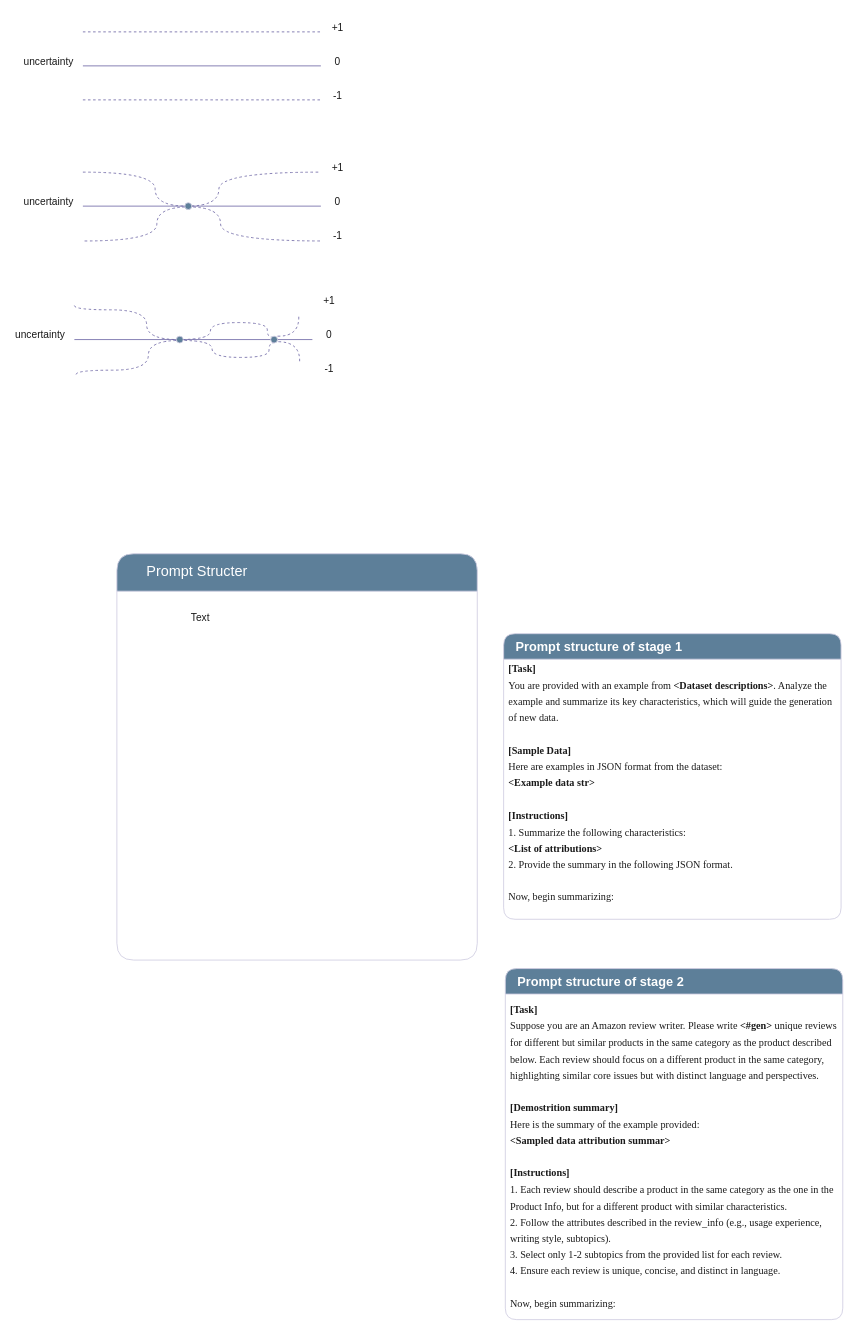
The draw.io diagram data_generate.drawio in nighood/Diagrams, before the edit. Source tidied: cells renumbered, new cells numbered last; positions are measured from the earlier drawing's top-left corner, leaving out a move shared by most shapes. Both pictures are drawn from the tidied source at 85%, with x=0, y=0 at pixel (14, 14).
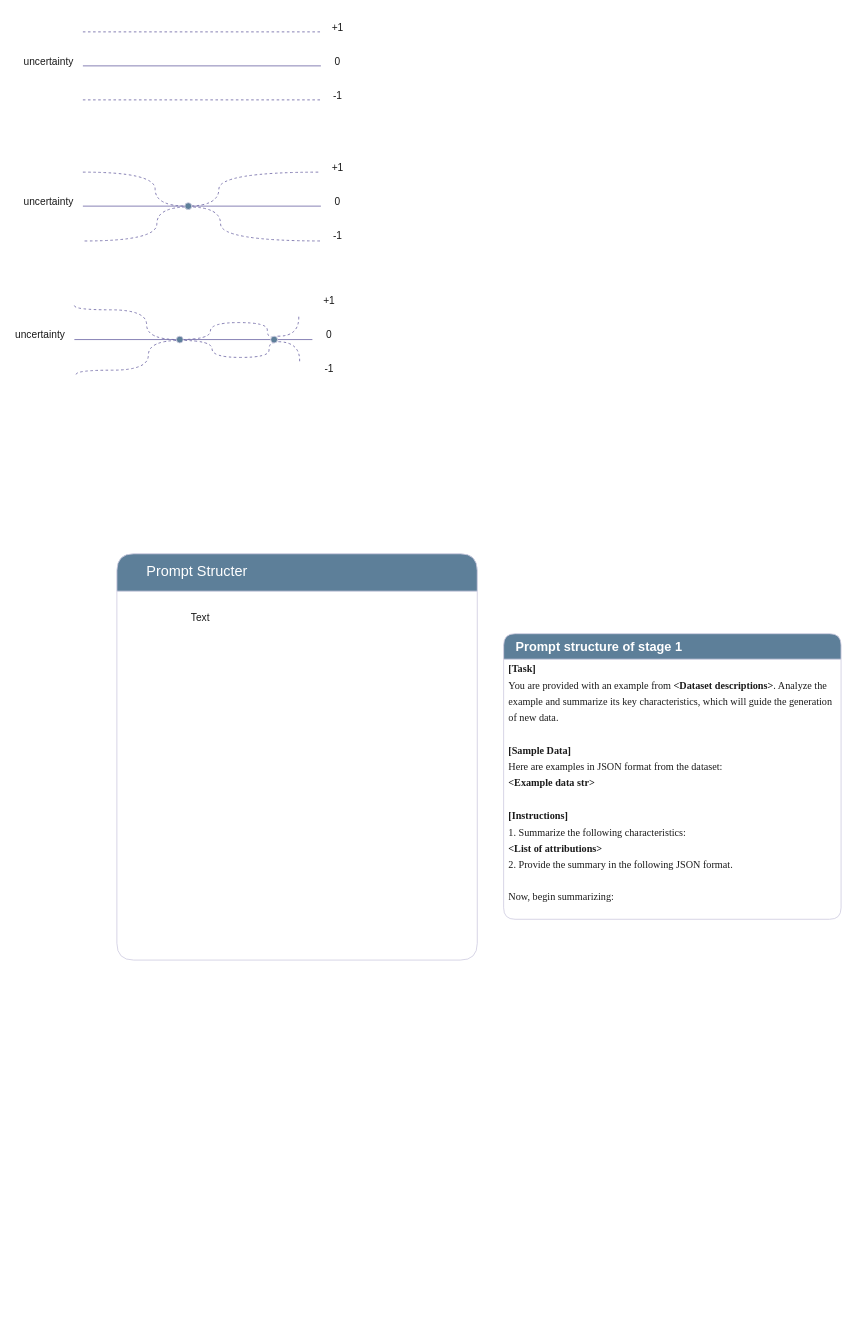
After the change.

Change to the diagram source:
```diff
@@
-    <mxCell id="33" value="&lt;span style=&quot;color: rgb(255, 255, 255);&quot;&gt;&lt;font style=&quot;font-size: 15px;&quot;&gt;&lt;b&gt;&amp;nbsp; &amp;nbsp;Prompt structure of stage 2&lt;/b&gt;&lt;/font&gt;&lt;/span&gt;" style="swimlane;fontStyle=0;horizontal=1;startSize=30;whiteSpace=wrap;html=1;rounded=1;fillColor=#5D7F99;strokeColor=#D0CEE2;labelBackgroundColor=none;fontColor=#1A1A1A;align=left;" parent="1" vertex="1">
-      <mxGeometry x="577" y="1122" width="397" height="413" as="geometry" />
-    </mxCell>
-    <mxCell id="34" value="&lt;b style=&quot;line-height: 160%;&quot;&gt;&lt;font face=&quot;Times New Roman&quot;&gt;[Task]&lt;/font&gt;&lt;/b&gt;&lt;div style=&quot;line-height: 160%;&quot;&gt;&lt;font face=&quot;Times New Roman&quot;&gt;Suppose you are an Amazon review writer. Please write &lt;b&gt;&amp;lt;#gen&amp;gt;&lt;/b&gt; unique reviews for different but similar products in the same category as the product described below. Each review should focus on a different product in the same category, highlighting similar core issues but with distinct language and perspectives.&lt;br&gt;&lt;/font&gt;&lt;/div&gt;&lt;div style=&quot;line-height: 160%;&quot;&gt;&lt;font face=&quot;Times New Roman&quot;&gt;&lt;br&gt;&lt;/font&gt;&lt;/div&gt;&lt;div style=&quot;line-height: 160%;&quot;&gt;&lt;b&gt;&lt;font face=&quot;Times New Roman&quot;&gt;[Demostrition summary&lt;/font&gt;&lt;span style=&quot;font-family: &amp;quot;Times New Roman&amp;quot;; background-color: initial;&quot;&gt;]&lt;/span&gt;&lt;/b&gt;&lt;/div&gt;&lt;div style=&quot;line-height: 160%;&quot;&gt;&lt;span style=&quot;background-color: initial;&quot;&gt;&lt;font face=&quot;Times New Roman&quot;&gt;Here is the summary of the example provided:&lt;/font&gt;&lt;/span&gt;&lt;span style=&quot;background-color: initial;&quot;&gt;&lt;br&gt;&lt;/span&gt;&lt;/div&gt;&lt;div style=&quot;line-height: 160%;&quot;&gt;&lt;span style=&quot;font-family: &amp;quot;Times New Roman&amp;quot;; background-color: initial;&quot;&gt;&lt;b&gt;&amp;lt;&lt;/b&gt;&lt;/span&gt;&lt;b style=&quot;background-color: initial;&quot;&gt;&lt;font face=&quot;Times New Roman&quot;&gt;Sampled data attribution summar&lt;/font&gt;&lt;/b&gt;&lt;b style=&quot;background-color: initial; font-family: &amp;quot;Times New Roman&amp;quot;;&quot;&gt;&amp;gt;&lt;/b&gt;&lt;/div&gt;&lt;div style=&quot;line-height: 160%;&quot;&gt;&lt;span style=&quot;font-family: &amp;quot;Times New Roman&amp;quot;; background-color: initial;&quot;&gt;&lt;b&gt;&lt;br&gt;&lt;/b&gt;&lt;/span&gt;&lt;/div&gt;&lt;div style=&quot;line-height: 160%;&quot;&gt;&lt;b&gt;&lt;font face=&quot;Times New Roman&quot;&gt;[Instructions]&lt;/font&gt;&lt;/b&gt;&lt;span style=&quot;font-family: &amp;quot;Times New Roman&amp;quot;; background-color: initial;&quot;&gt;&lt;br&gt;&lt;/span&gt;&lt;/div&gt;&lt;div style=&quot;line-height: 160%;&quot;&gt;&lt;font face=&quot;Times New Roman&quot;&gt;&lt;div&gt;&lt;span style=&quot;background-color: initial;&quot;&gt;1. Each review should describe a product in the same category as the one in the Product Info, but for a different product with similar characteristics.&lt;/span&gt;&lt;/div&gt;&lt;div&gt;2. Follow the attributes described in the review_info (e.g., usage experience, writing style, subtopics).&lt;/div&gt;&lt;div&gt;3. Select only 1-2 subtopics from the provided list for each review.&lt;/div&gt;&lt;div&gt;4. Ensure each review is unique, concise, and distinct in language.&lt;/div&gt;&lt;div style=&quot;&quot;&gt;&lt;br&gt;&lt;/div&gt;&lt;div&gt;Now, begin summarizing:&lt;/div&gt;&lt;/font&gt;&lt;/div&gt;" style="text;strokeColor=none;fillColor=none;align=left;verticalAlign=middle;spacingLeft=4;spacingRight=4;overflow=hidden;whiteSpace=wrap;html=1;labelBackgroundColor=none;fontColor=#1A1A1A;" parent="33" vertex="1">
-      <mxGeometry y="30" width="397" height="383" as="geometry" />
-    </mxCell>
```
